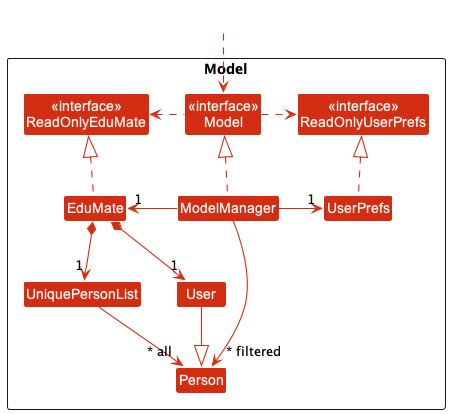
The PlantUML diagram docs/images/ModelClassDiagram.png in seanfirefox/tp, before a commit.
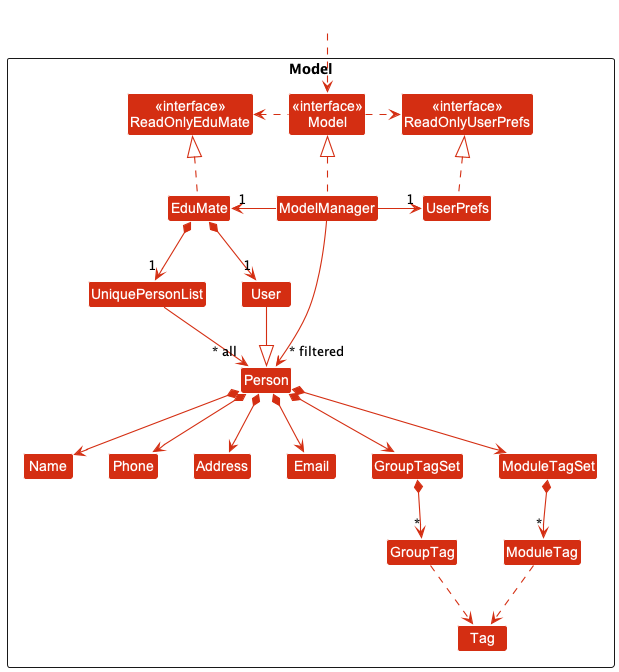
After the change.

Diff of the diagram source:
```diff
@@ -15,6 +15,15 @@
 Class UniquePersonList
 Class Person
 Class User
+Class Address
+Class Email
+Class Name
+Class Phone
+Class GroupTagSet
+Class GroupTag
+Class ModuleTagSet
+Class ModuleTag
+Class Tag
 }
 
 Class HiddenOutside #FFFFFF
@@ -33,6 +42,20 @@
 EduMate *--> "1" User
 User --|> Person
 UniquePersonList --> "~* all" Person
+Person *--> Name
+Person *--> Phone
+Person *--> Email
+Person *--> Address
+Person *--> ModuleTagSet
+ModuleTagSet *--> "*" ModuleTag
+Person *--> GroupTagSet
+GroupTagSet *--> "*" GroupTag
+GroupTag ..> Tag
+ModuleTag ..> Tag
+
+Name -[hidden]right-> Phone
+Phone -[hidden]right-> Address
+Address -[hidden]right-> Email
 
 ModelManager -->"~* filtered" Person
 @enduml
```
